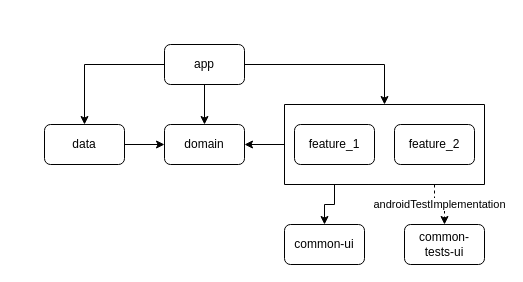
yakuraion/EnglishHelper keeps this draw.io diagram as attachments/diagrams/modules.drawio. Above is the earlier version. Source tidied: cells renumbered, new cells numbered last; positions are measured from the earlier drawing's top-left corner, leaving out a move shared by most shapes. Both pictures are drawn from the tidied source at 100%, with x=0, y=0 at pixel (44, 44).
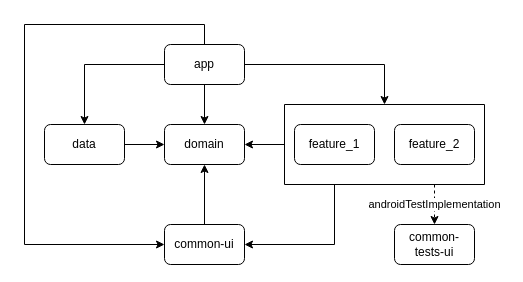
The same page after the edit.

Commit message:
update modules diagram

The change refers to these unchanged cells:
```xml
<mxCell id="5" value="app" style="rounded=1;whiteSpace=wrap;html=1;" parent="1" vertex="1">
  <mxGeometry x="120" width="80" height="40" as="geometry" />
</mxCell>
<mxCell id="10" value="domain" style="rounded=1;whiteSpace=wrap;html=1;" parent="1" vertex="1">
  <mxGeometry x="120" y="80" width="80" height="40" as="geometry" />
</mxCell>
<mxCell id="14" style="swimlane;startSize=0;" parent="1" vertex="1">
  <mxGeometry x="240" y="60" width="200" height="80" as="geometry" />
</mxCell>
```

Change to the diagram source:
```diff
@@
+    <mxCell id="17" style="edgeStyle=orthogonalEdgeStyle;rounded=0;jettySize=auto;html=1;exitX=0.5;exitY=0;exitDx=0;exitDy=0;entryX=0;entryY=0.5;entryDx=0;entryDy=0;fontFamily=Helvetica;fontSize=11;fontColor=default;" parent="1" edge="1" source="5" target="6">
+      <mxGeometry relative="1" as="geometry">
+        <Array as="points">
+          <mxPoint x="160" y="-20" />
+          <mxPoint x="-20" y="-20" />
+          <mxPoint x="-20" y="200" />
+        </Array>
+      </mxGeometry>
+    </mxCell>
@@
+    <mxCell id="18" style="edgeStyle=orthogonalEdgeStyle;rounded=0;jettySize=auto;html=1;exitX=0.5;exitY=0;exitDx=0;exitDy=0;entryX=0.5;entryY=1;entryDx=0;entryDy=0;fontFamily=Helvetica;fontSize=11;fontColor=default;" parent="1" edge="1" source="6" target="10">
+      <mxGeometry relative="1" as="geometry" />
+    </mxCell>
     <mxCell id="6" value="common-ui" style="rounded=1;whiteSpace=wrap;html=1;" parent="1" vertex="1">
-      <mxGeometry x="240" y="180" width="80" height="40" as="geometry" />
+      <mxGeometry x="120" y="180" width="80" height="40" as="geometry" />
     </mxCell>
     <mxCell id="7" value="common-tests-ui" style="rounded=1;whiteSpace=wrap;html=1;" parent="1" vertex="1">
-      <mxGeometry x="360" y="180" width="80" height="40" as="geometry" />
+      <mxGeometry x="350" y="180" width="80" height="40" as="geometry" />
     </mxCell>
@@
-    <mxCell id="12" style="edgeStyle=orthogonalEdgeStyle;rounded=0;jettySize=auto;html=1;exitX=0.25;exitY=1;exitDx=0;exitDy=0;entryX=0.5;entryY=0;entryDx=0;entryDy=0;fontFamily=Helvetica;fontSize=11;fontColor=default;" parent="1" edge="1" source="14" target="6">
+    <mxCell id="12" style="edgeStyle=orthogonalEdgeStyle;rounded=0;jettySize=auto;html=1;exitX=0.25;exitY=1;exitDx=0;exitDy=0;entryX=1;entryY=0.5;entryDx=0;entryDy=0;fontFamily=Helvetica;fontSize=11;fontColor=default;" parent="1" edge="1" source="14" target="6">
       <mxGeometry relative="1" as="geometry" />
     </mxCell>
```
